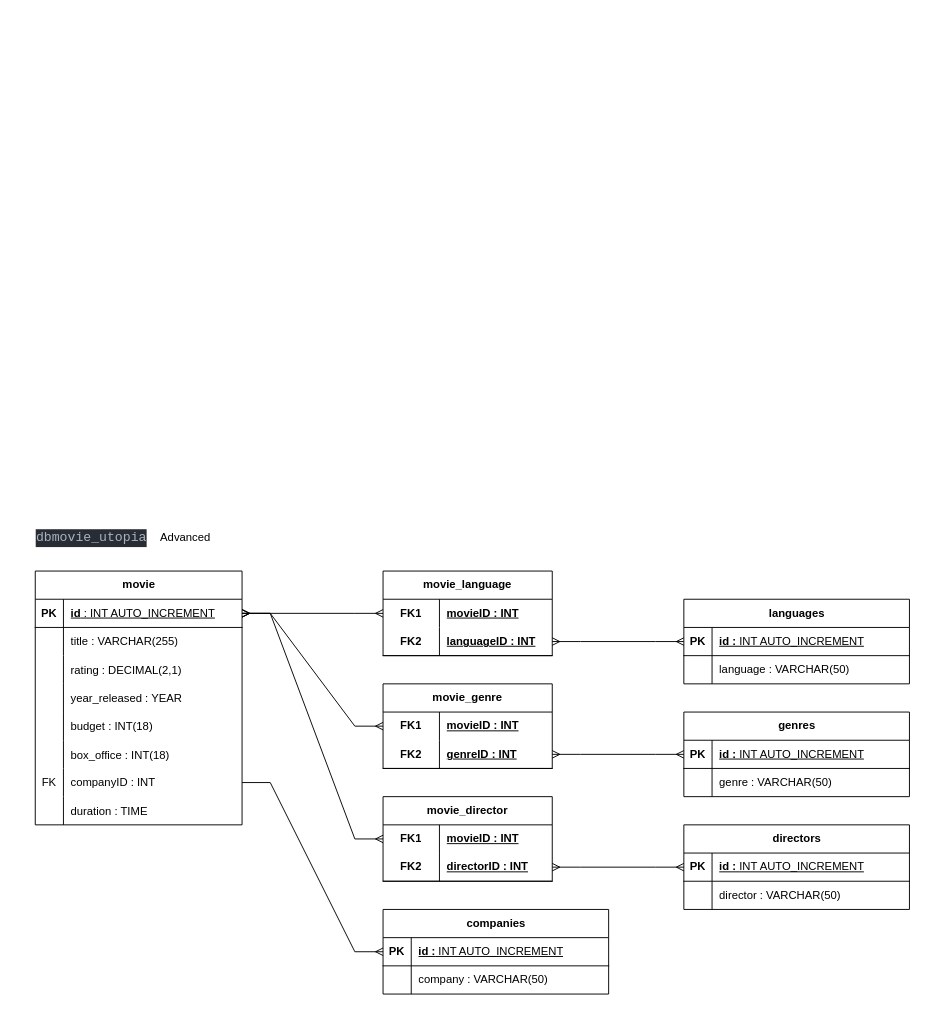
Above: 2024/SEM02/SQL/Exercice_02/uml_diagram/dbmovie_utopia_UML-Diagram.drawio in gpuberos/soutien_dwwm (draw.io), before the change. Source tidied: cells renumbered, new cells numbered last; positions are measured from the earlier drawing's top-left corner, leaving out a move shared by most shapes. Both pictures are drawn from the tidied source at 94%, with x=0, y=0 at pixel (16, 524).
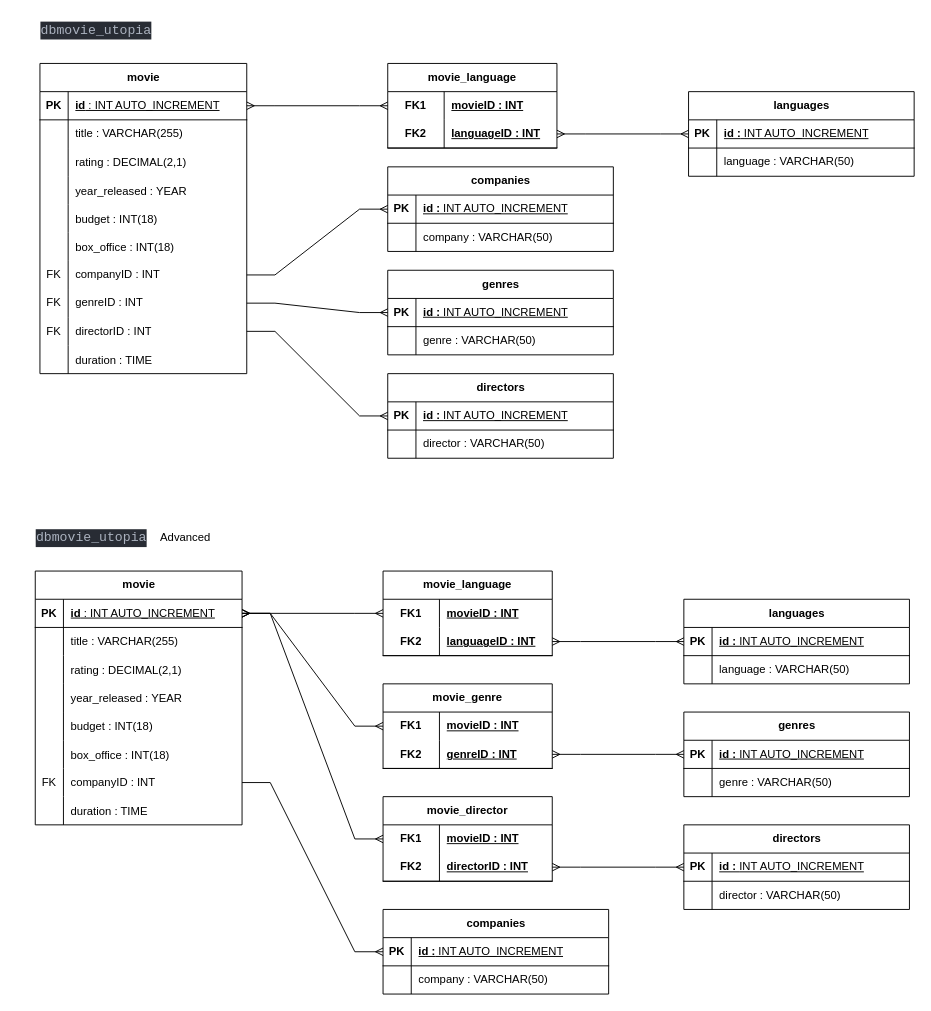
After the change.

Commit message (it also covers changes not shown here):
fix: UML Diagram version

What changed in the source:
```diff
@@
+    <mxCell id="85" value="&lt;div style=&quot;color: rgb(171, 178, 191); background-color: rgb(40, 44, 52); font-family: &amp;quot;Fira Code&amp;quot;, Consolas, &amp;quot;Courier New&amp;quot;, monospace; font-size: 14px; line-height: 19px;&quot;&gt;dbmovie_utopia&lt;/div&gt;" style="text;html=1;strokeColor=none;fillColor=none;align=center;verticalAlign=middle;whiteSpace=wrap;rounded=0;" parent="1" vertex="1">
+      <mxGeometry x="5" y="-540" width="160" height="30" as="geometry" />
+    </mxCell>
+    <mxCell id="86" value="movie" style="shape=table;startSize=30;childLayout=tableLayout;rowLines=0;fontStyle=1;align=center;html=1;" parent="1" vertex="1">
+      <mxGeometry x="25" y="-490" width="220" height="330" as="geometry" />
+    </mxCell>
+    <mxCell id="87" style="shape=tableRow;horizontal=0;startSize=0;swimlaneHead=0;swimlaneBody=0;fillColor=none;points=[[0,0.5],[1,0.5]];portConstraint=eastwest;top=0;left=0;right=0;bottom=1;" parent="86" vertex="1">
+      <mxGeometry y="30" width="220" height="30" as="geometry" />
+    </mxCell>
+    <mxCell id="88" value="PK" style="shape=partialRectangle;fillColor=none;top=0;left=0;bottom=0;right=0;fontStyle=1;overflow=hidden;whiteSpace=wrap;html=1;" parent="87" vertex="1">
+      <mxGeometry width="30" height="30" as="geometry" />
+    </mxCell>
+    <mxCell id="89" value="id&lt;span style=&quot;font-weight: normal;&quot;&gt;&amp;nbsp;: INT AUTO_INCREMENT&lt;/span&gt;" style="shape=partialRectangle;fillColor=none;top=0;left=0;bottom=0;right=0;align=left;spacingLeft=6;fontStyle=5;overflow=hidden;whiteSpace=wrap;html=1;" parent="87" vertex="1">
+      <mxGeometry x="30" width="190" height="30" as="geometry" />
+    </mxCell>
+    <mxCell id="90" style="shape=tableRow;horizontal=0;startSize=0;swimlaneHead=0;swimlaneBody=0;fillColor=none;top=0;left=0;right=0;bottom=0;" parent="86" vertex="1">
+      <mxGeometry y="60" width="220" height="30" as="geometry" />
+    </mxCell>
+    <mxCell id="91" style="shape=partialRectangle;fillColor=none;top=0;left=0;bottom=0;right=0;overflow=hidden;whiteSpace=wrap;html=1;" parent="90" vertex="1">
+      <mxGeometry width="30" height="30" as="geometry" />
+    </mxCell>
+    <mxCell id="92" value="title : VARCHAR(255)" style="shape=partialRectangle;fillColor=none;top=0;left=0;bottom=0;right=0;align=left;spacingLeft=6;overflow=hidden;whiteSpace=wrap;html=1;" parent="90" vertex="1">
+      <mxGeometry x="30" width="190" height="30" as="geometry" />
+    </mxCell>
+    <mxCell id="93" style="shape=tableRow;horizontal=0;startSize=0;swimlaneHead=0;swimlaneBody=0;fillColor=none;top=0;left=0;right=0;bottom=0;" parent="86" vertex="1">
+      <mxGeometry y="90" width="220" height="30" as="geometry" />
+    </mxCell>
+    <mxCell id="94" style="shape=partialRectangle;fillColor=none;top=0;left=0;bottom=0;right=0;overflow=hidden;" parent="93" vertex="1">
+      <mxGeometry width="30" height="30" as="geometry" />
+    </mxCell>
+    <mxCell id="95" value="rating : DECIMAL(2,1)" style="shape=partialRectangle;fillColor=none;top=0;left=0;bottom=0;right=0;align=left;spacingLeft=6;overflow=hidden;" parent="93" vertex="1">
+      <mxGeometry x="30" width="190" height="30" as="geometry" />
+    </mxCell>
+    <mxCell id="96" style="shape=tableRow;horizontal=0;startSize=0;swimlaneHead=0;swimlaneBody=0;fillColor=none;top=0;left=0;right=0;bottom=0;" parent="86" vertex="1">
+      <mxGeometry y="120" width="220" height="30" as="geometry" />
+    </mxCell>
+    <mxCell id="97" style="shape=partialRectangle;fillColor=none;top=0;left=0;bottom=0;right=0;overflow=hidden;" parent="96" vertex="1">
+      <mxGeometry width="30" height="30" as="geometry" />
+    </mxCell>
+    <mxCell id="98" value="year_released : YEAR" style="shape=partialRectangle;fillColor=none;top=0;left=0;bottom=0;right=0;align=left;spacingLeft=6;overflow=hidden;" parent="96" vertex="1">
+      <mxGeometry x="30" width="190" height="30" as="geometry" />
+    </mxCell>
+    <mxCell id="99" style="shape=tableRow;horizontal=0;startSize=0;swimlaneHead=0;swimlaneBody=0;fillColor=none;top=0;left=0;right=0;bottom=0;" parent="86" vertex="1">
+      <mxGeometry y="150" width="220" height="30" as="geometry" />
+    </mxCell>
+    <mxCell id="100" style="shape=partialRectangle;fillColor=none;top=0;left=0;bottom=0;right=0;overflow=hidden;" parent="99" vertex="1">
+      <mxGeometry width="30" height="30" as="geometry" />
+    </mxCell>
+    <mxCell id="101" value="budget : INT(18)" style="shape=partialRectangle;fillColor=none;top=0;left=0;bottom=0;right=0;align=left;spacingLeft=6;overflow=hidden;" parent="99" vertex="1">
+      <mxGeometry x="30" width="190" height="30" as="geometry" />
+    </mxCell>
+    <mxCell id="102" style="shape=tableRow;horizontal=0;startSize=0;swimlaneHead=0;swimlaneBody=0;fillColor=none;top=0;left=0;right=0;bottom=0;" parent="86" vertex="1">
+      <mxGeometry y="180" width="220" height="30" as="geometry" />
+    </mxCell>
+    <mxCell id="103" style="shape=partialRectangle;fillColor=none;top=0;left=0;bottom=0;right=0;overflow=hidden;" parent="102" vertex="1">
+      <mxGeometry width="30" height="30" as="geometry" />
+    </mxCell>
+    <mxCell id="104" value="box_office : INT(18)" style="shape=partialRectangle;fillColor=none;top=0;left=0;bottom=0;right=0;align=left;spacingLeft=6;overflow=hidden;" parent="102" vertex="1">
+      <mxGeometry x="30" width="190" height="30" as="geometry" />
+    </mxCell>
+    <mxCell id="105" style="shape=tableRow;horizontal=0;startSize=0;swimlaneHead=0;swimlaneBody=0;fillColor=none;points=[[0,0.5],[1,0.5]];portConstraint=eastwest;top=0;left=0;right=0;bottom=0;" parent="86" vertex="1">
+      <mxGeometry y="210" width="220" height="30" as="geometry" />
+    </mxCell>
+    <mxCell id="106" value="FK" style="shape=partialRectangle;fillColor=none;top=0;left=0;bottom=0;right=0;fontStyle=0;overflow=hidden;whiteSpace=wrap;html=1;" parent="105" vertex="1">
+      <mxGeometry width="30" height="30" as="geometry" />
+    </mxCell>
+    <mxCell id="107" value="companyID : INT" style="shape=partialRectangle;fillColor=none;top=0;left=0;bottom=0;right=0;align=left;spacingLeft=6;fontStyle=0;overflow=hidden;whiteSpace=wrap;html=1;" parent="105" vertex="1">
+      <mxGeometry x="30" width="190" height="30" as="geometry" />
+    </mxCell>
+    <mxCell id="108" style="shape=tableRow;horizontal=0;startSize=0;swimlaneHead=0;swimlaneBody=0;fillColor=none;points=[[0,0.5],[1,0.5]];portConstraint=eastwest;top=0;left=0;right=0;bottom=0;" parent="86" vertex="1">
+      <mxGeometry y="240" width="220" height="30" as="geometry" />
+    </mxCell>
+    <mxCell id="109" value="FK" style="shape=partialRectangle;fillColor=none;top=0;left=0;bottom=0;right=0;fontStyle=0;overflow=hidden;whiteSpace=wrap;html=1;" parent="108" vertex="1">
+      <mxGeometry width="30" height="30" as="geometry" />
+    </mxCell>
+    <mxCell id="110" value="genreID : INT" style="shape=partialRectangle;fillColor=none;top=0;left=0;bottom=0;right=0;align=left;spacingLeft=6;fontStyle=0;overflow=hidden;whiteSpace=wrap;html=1;" parent="108" vertex="1">
+      <mxGeometry x="30" width="190" height="30" as="geometry" />
+    </mxCell>
+    <mxCell id="111" style="shape=tableRow;horizontal=0;startSize=0;swimlaneHead=0;swimlaneBody=0;fillColor=none;points=[[0,0.5],[1,0.5]];portConstraint=eastwest;top=0;left=0;right=0;bottom=0;" parent="86" vertex="1">
+      <mxGeometry y="270" width="220" height="30" as="geometry" />
+    </mxCell>
+    <mxCell id="112" value="FK" style="shape=partialRectangle;fillColor=none;top=0;left=0;bottom=0;right=0;fontStyle=0;overflow=hidden;whiteSpace=wrap;html=1;" parent="111" vertex="1">
+      <mxGeometry width="30" height="30" as="geometry" />
+    </mxCell>
+    <mxCell id="113" value="directorID : INT" style="shape=partialRectangle;fillColor=none;top=0;left=0;bottom=0;right=0;align=left;spacingLeft=6;fontStyle=0;overflow=hidden;whiteSpace=wrap;html=1;" parent="111" vertex="1">
+      <mxGeometry x="30" width="190" height="30" as="geometry" />
+    </mxCell>
+    <mxCell id="114" style="shape=tableRow;horizontal=0;startSize=0;swimlaneHead=0;swimlaneBody=0;fillColor=none;top=0;left=0;right=0;bottom=0;" parent="86" vertex="1">
+      <mxGeometry y="300" width="220" height="30" as="geometry" />
+    </mxCell>
+    <mxCell id="115" style="shape=partialRectangle;fillColor=none;top=0;left=0;bottom=0;right=0;overflow=hidden;" parent="114" vertex="1">
+      <mxGeometry width="30" height="30" as="geometry" />
+    </mxCell>
+    <mxCell id="116" value="duration : TIME" style="shape=partialRectangle;fillColor=none;top=0;left=0;bottom=0;right=0;align=left;spacingLeft=6;overflow=hidden;" parent="114" vertex="1">
+      <mxGeometry x="30" width="190" height="30" as="geometry" />
+    </mxCell>
+    <mxCell id="117" value="languages" style="shape=table;startSize=30;childLayout=tableLayout;rowLines=0;fontStyle=1;align=center;html=1;" parent="1" vertex="1">
+      <mxGeometry x="715" y="-460" width="240" height="90" as="geometry" />
+    </mxCell>
+    <mxCell id="118" style="shape=tableRow;horizontal=0;startSize=0;swimlaneHead=0;swimlaneBody=0;fillColor=none;points=[[0,0.5],[1,0.5]];portConstraint=eastwest;top=0;left=0;right=0;bottom=1;" parent="117" vertex="1">
+      <mxGeometry y="30" width="240" height="30" as="geometry" />
+    </mxCell>
+    <mxCell id="119" value="PK" style="shape=partialRectangle;fillColor=none;top=0;left=0;bottom=0;right=0;fontStyle=1;overflow=hidden;whiteSpace=wrap;html=1;" parent="118" vertex="1">
+      <mxGeometry width="30" height="30" as="geometry" />
+    </mxCell>
+    <mxCell id="120" value="id :&lt;span style=&quot;font-weight: normal;&quot;&gt;&amp;nbsp;INT AUTO_INCREMENT&lt;/span&gt;" style="shape=partialRectangle;fillColor=none;top=0;left=0;bottom=0;right=0;align=left;spacingLeft=6;fontStyle=5;overflow=hidden;whiteSpace=wrap;html=1;" parent="118" vertex="1">
+      <mxGeometry x="30" width="210" height="30" as="geometry" />
+    </mxCell>
+    <mxCell id="121" style="shape=tableRow;horizontal=0;startSize=0;swimlaneHead=0;swimlaneBody=0;fillColor=none;top=0;left=0;right=0;bottom=0;" parent="117" vertex="1">
+      <mxGeometry y="60" width="240" height="30" as="geometry" />
+    </mxCell>
+    <mxCell id="122" style="shape=partialRectangle;fillColor=none;top=0;left=0;bottom=0;right=0;overflow=hidden;whiteSpace=wrap;html=1;" parent="121" vertex="1">
+      <mxGeometry width="30" height="30" as="geometry" />
+    </mxCell>
+    <mxCell id="123" value="language&amp;nbsp;: VARCHAR(50)" style="shape=partialRectangle;fillColor=none;top=0;left=0;bottom=0;right=0;align=left;spacingLeft=6;overflow=hidden;whiteSpace=wrap;html=1;" parent="121" vertex="1">
+      <mxGeometry x="30" width="210" height="30" as="geometry" />
+    </mxCell>
+    <mxCell id="124" value="companies" style="shape=table;startSize=30;childLayout=tableLayout;rowLines=0;fontStyle=1;align=center;html=1;" parent="1" vertex="1">
+      <mxGeometry x="395" y="-380" width="240" height="90" as="geometry" />
+    </mxCell>
+    <mxCell id="125" style="shape=tableRow;horizontal=0;startSize=0;swimlaneHead=0;swimlaneBody=0;fillColor=none;points=[[0,0.5],[1,0.5]];portConstraint=eastwest;top=0;left=0;right=0;bottom=1;" parent="124" vertex="1">
+      <mxGeometry y="30" width="240" height="30" as="geometry" />
+    </mxCell>
+    <mxCell id="126" value="PK" style="shape=partialRectangle;fillColor=none;top=0;left=0;bottom=0;right=0;fontStyle=1;overflow=hidden;whiteSpace=wrap;html=1;" parent="125" vertex="1">
+      <mxGeometry width="30" height="30" as="geometry" />
+    </mxCell>
+    <mxCell id="127" value="id :&lt;span style=&quot;font-weight: normal;&quot;&gt;&amp;nbsp;INT AUTO_INCREMENT&lt;/span&gt;" style="shape=partialRectangle;fillColor=none;top=0;left=0;bottom=0;right=0;align=left;spacingLeft=6;fontStyle=5;overflow=hidden;whiteSpace=wrap;html=1;" parent="125" vertex="1">
+      <mxGeometry x="30" width="210" height="30" as="geometry" />
+    </mxCell>
+    <mxCell id="128" style="shape=tableRow;horizontal=0;startSize=0;swimlaneHead=0;swimlaneBody=0;fillColor=none;top=0;left=0;right=0;bottom=0;" parent="124" vertex="1">
+      <mxGeometry y="60" width="240" height="30" as="geometry" />
+    </mxCell>
+    <mxCell id="129" style="shape=partialRectangle;fillColor=none;top=0;left=0;bottom=0;right=0;overflow=hidden;whiteSpace=wrap;html=1;" parent="128" vertex="1">
+      <mxGeometry width="30" height="30" as="geometry" />
+    </mxCell>
+    <mxCell id="130" value="company : VARCHAR(50)" style="shape=partialRectangle;fillColor=none;top=0;left=0;bottom=0;right=0;align=left;spacingLeft=6;overflow=hidden;whiteSpace=wrap;html=1;" parent="128" vertex="1">
+      <mxGeometry x="30" width="210" height="30" as="geometry" />
+    </mxCell>
+    <mxCell id="131" value="genres" style="shape=table;startSize=30;childLayout=tableLayout;rowLines=0;fontStyle=1;align=center;html=1;" parent="1" vertex="1">
+      <mxGeometry x="395" y="-270" width="240" height="90" as="geometry" />
+    </mxCell>
+    <mxCell id="132" style="shape=tableRow;horizontal=0;startSize=0;swimlaneHead=0;swimlaneBody=0;fillColor=none;points=[[0,0.5],[1,0.5]];portConstraint=eastwest;top=0;left=0;right=0;bottom=1;" parent="131" vertex="1">
+      <mxGeometry y="30" width="240" height="30" as="geometry" />
+    </mxCell>
+    <mxCell id="133" value="PK" style="shape=partialRectangle;fillColor=none;top=0;left=0;bottom=0;right=0;fontStyle=1;overflow=hidden;whiteSpace=wrap;html=1;" parent="132" vertex="1">
+      <mxGeometry width="30" height="30" as="geometry" />
+    </mxCell>
+    <mxCell id="134" value="id :&lt;span style=&quot;font-weight: normal;&quot;&gt;&amp;nbsp;INT AUTO_INCREMENT&lt;/span&gt;" style="shape=partialRectangle;fillColor=none;top=0;left=0;bottom=0;right=0;align=left;spacingLeft=6;fontStyle=5;overflow=hidden;whiteSpace=wrap;html=1;" parent="132" vertex="1">
+      <mxGeometry x="30" width="210" height="30" as="geometry" />
+    </mxCell>
+    <mxCell id="135" style="shape=tableRow;horizontal=0;startSize=0;swimlaneHead=0;swimlaneBody=0;fillColor=none;top=0;left=0;right=0;bottom=0;" parent="131" vertex="1">
+      <mxGeometry y="60" width="240" height="30" as="geometry" />
+    </mxCell>
+    <mxCell id="136" style="shape=partialRectangle;fillColor=none;top=0;left=0;bottom=0;right=0;overflow=hidden;whiteSpace=wrap;html=1;" parent="135" vertex="1">
+      <mxGeometry width="30" height="30" as="geometry" />
+    </mxCell>
+    <mxCell id="137" value="genre : VARCHAR(50)" style="shape=partialRectangle;fillColor=none;top=0;left=0;bottom=0;right=0;align=left;spacingLeft=6;overflow=hidden;whiteSpace=wrap;html=1;" parent="135" vertex="1">
+      <mxGeometry x="30" width="210" height="30" as="geometry" />
+    </mxCell>
+    <mxCell id="138" value="directors" style="shape=table;startSize=30;childLayout=tableLayout;rowLines=0;fontStyle=1;align=center;html=1;" parent="1" vertex="1">
+      <mxGeometry x="395" y="-160" width="240" height="90" as="geometry" />
+    </mxCell>
+    <mxCell id="139" style="shape=tableRow;horizontal=0;startSize=0;swimlaneHead=0;swimlaneBody=0;fillColor=none;points=[[0,0.5],[1,0.5]];portConstraint=eastwest;top=0;left=0;right=0;bottom=1;" parent="138" vertex="1">
+      <mxGeometry y="30" width="240" height="30" as="geometry" />
+    </mxCell>
+    <mxCell id="140" value="PK" style="shape=partialRectangle;fillColor=none;top=0;left=0;bottom=0;right=0;fontStyle=1;overflow=hidden;whiteSpace=wrap;html=1;" parent="139" vertex="1">
+      <mxGeometry width="30" height="30" as="geometry" />
+    </mxCell>
+    <mxCell id="141" value="id :&amp;nbsp;&lt;span style=&quot;font-weight: 400;&quot;&gt;INT AUTO_INCREMENT&lt;/span&gt;" style="shape=partialRectangle;fillColor=none;top=0;left=0;bottom=0;right=0;align=left;spacingLeft=6;fontStyle=5;overflow=hidden;whiteSpace=wrap;html=1;" parent="139" vertex="1">
+      <mxGeometry x="30" width="210" height="30" as="geometry" />
+    </mxCell>
+    <mxCell id="142" style="shape=tableRow;horizontal=0;startSize=0;swimlaneHead=0;swimlaneBody=0;fillColor=none;top=0;left=0;right=0;bottom=0;" parent="138" vertex="1">
+      <mxGeometry y="60" width="240" height="30" as="geometry" />
+    </mxCell>
+    <mxCell id="143" style="shape=partialRectangle;fillColor=none;top=0;left=0;bottom=0;right=0;overflow=hidden;whiteSpace=wrap;html=1;" parent="142" vertex="1">
+      <mxGeometry width="30" height="30" as="geometry" />
+    </mxCell>
+    <mxCell id="144" value="director : VARCHAR(50)" style="shape=partialRectangle;fillColor=none;top=0;left=0;bottom=0;right=0;align=left;spacingLeft=6;overflow=hidden;whiteSpace=wrap;html=1;" parent="142" vertex="1">
+      <mxGeometry x="30" width="210" height="30" as="geometry" />
+    </mxCell>
+    <mxCell id="145" style="edgeStyle=entityRelationEdgeStyle;fontSize=12;html=1;endArrow=ERmany;startArrow=ERmany;rounded=0;entryX=0;entryY=0.5;entryDx=0;entryDy=0;exitX=1;exitY=0.5;exitDx=0;exitDy=0;" parent="1" edge="1" source="150" target="118">
+      <mxGeometry relative="1" as="geometry" />
+    </mxCell>
+    <mxCell id="146" value="movie_language" style="shape=table;startSize=30;childLayout=tableLayout;rowLines=0;fontStyle=1;align=center;html=1;whiteSpace=wrap;" parent="1" vertex="1">
+      <mxGeometry x="395" y="-490" width="180" height="90" as="geometry" />
+    </mxCell>
+    <mxCell id="147" style="shape=tableRow;horizontal=0;startSize=0;swimlaneHead=0;swimlaneBody=0;fillColor=none;points=[[0,0.5],[1,0.5]];portConstraint=eastwest;top=0;left=0;right=0;bottom=0;html=1;" parent="146" vertex="1">
+      <mxGeometry y="30" width="180" height="30" as="geometry" />
+    </mxCell>
+    <mxCell id="148" value="FK1" style="shape=partialRectangle;fillColor=none;top=0;left=0;bottom=0;right=0;fontStyle=1;overflow=hidden;html=1;whiteSpace=wrap;" parent="147" vertex="1">
+      <mxGeometry width="60" height="30" as="geometry" />
+    </mxCell>
+    <mxCell id="149" value="movieID : INT" style="shape=partialRectangle;fillColor=none;top=0;left=0;bottom=0;right=0;align=left;spacingLeft=6;fontStyle=5;overflow=hidden;html=1;whiteSpace=wrap;" parent="147" vertex="1">
+      <mxGeometry x="60" width="120" height="30" as="geometry" />
+    </mxCell>
+    <mxCell id="150" style="shape=tableRow;horizontal=0;startSize=0;swimlaneHead=0;swimlaneBody=0;fillColor=none;points=[[0,0.5],[1,0.5]];portConstraint=eastwest;top=0;left=0;right=0;bottom=1;html=1;" parent="146" vertex="1">
+      <mxGeometry y="60" width="180" height="30" as="geometry" />
+    </mxCell>
+    <mxCell id="151" value="FK2" style="shape=partialRectangle;fillColor=none;top=0;left=0;bottom=0;right=0;fontStyle=1;overflow=hidden;html=1;whiteSpace=wrap;" parent="150" vertex="1">
+      <mxGeometry width="60" height="30" as="geometry" />
+    </mxCell>
+    <mxCell id="152" value="languageID : INT" style="shape=partialRectangle;fillColor=none;top=0;left=0;bottom=0;right=0;align=left;spacingLeft=6;fontStyle=5;overflow=hidden;html=1;whiteSpace=wrap;" parent="150" vertex="1">
+      <mxGeometry x="60" width="120" height="30" as="geometry" />
+    </mxCell>
+    <mxCell id="153" style="edgeStyle=entityRelationEdgeStyle;fontSize=12;html=1;endArrow=ERmany;startArrow=ERmany;rounded=0;entryX=0;entryY=0.5;entryDx=0;entryDy=0;exitX=1;exitY=0.5;exitDx=0;exitDy=0;" parent="1" edge="1" source="87" target="147">
+      <mxGeometry relative="1" as="geometry" />
+    </mxCell>
+    <mxCell id="154" style="edgeStyle=entityRelationEdgeStyle;fontSize=12;html=1;endArrow=ERmany;rounded=0;entryX=0;entryY=0.5;entryDx=0;entryDy=0;" parent="1" edge="1" source="105" target="125">
+      <mxGeometry relative="1" as="geometry" />
+    </mxCell>
+    <mxCell id="155" style="edgeStyle=entityRelationEdgeStyle;fontSize=12;html=1;endArrow=ERmany;rounded=0;entryX=0;entryY=0.5;entryDx=0;entryDy=0;exitX=1;exitY=0.5;exitDx=0;exitDy=0;" parent="1" edge="1" source="108" target="132">
+      <mxGeometry relative="1" as="geometry" />
+    </mxCell>
+    <mxCell id="156" style="edgeStyle=entityRelationEdgeStyle;fontSize=12;html=1;endArrow=ERmany;rounded=0;entryX=0;entryY=0.5;entryDx=0;entryDy=0;exitX=1;exitY=0.5;exitDx=0;exitDy=0;" parent="1" edge="1" source="111" target="139">
+      <mxGeometry relative="1" as="geometry" />
+    </mxCell>
```
